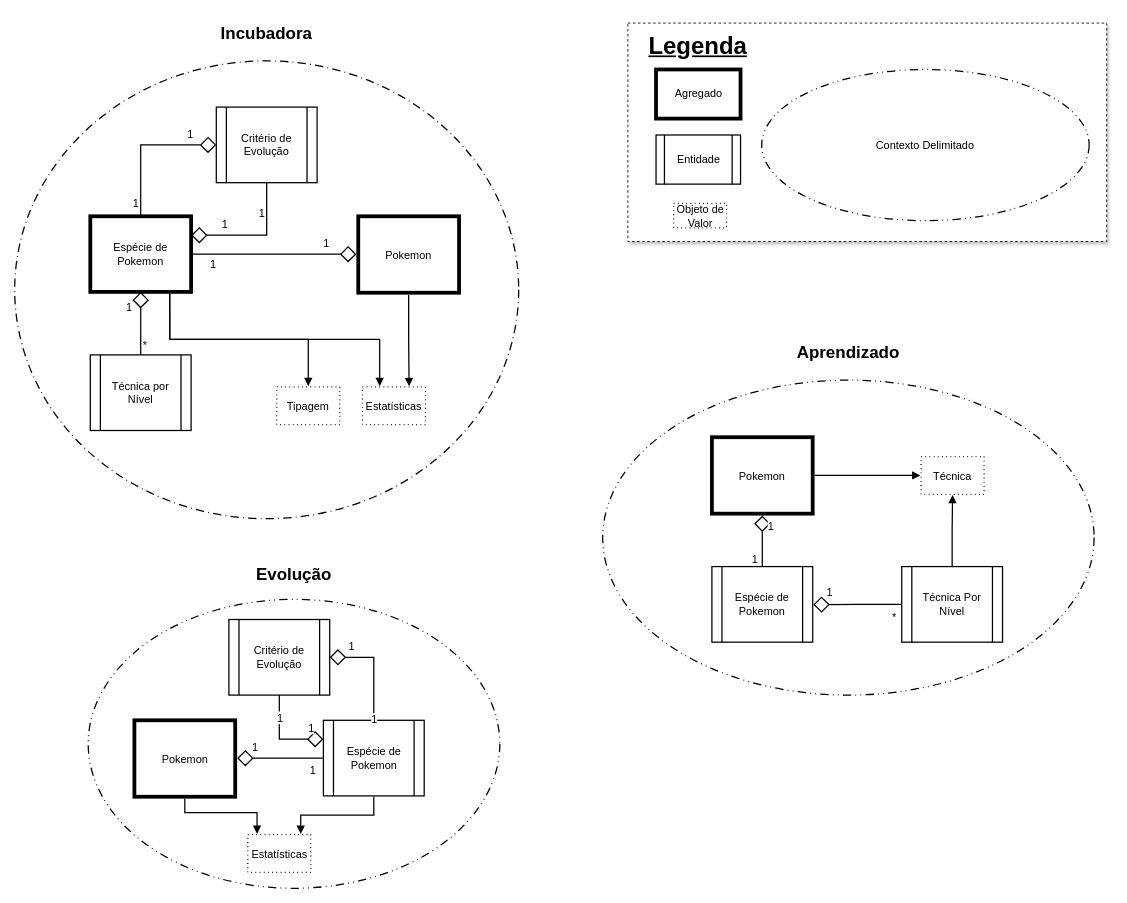
Above: page "Contextos" (1 of 4) of diagrams/DDD.drawio in RicardoDMelo/CloudPokeSystem (draw.io), before the change. Source tidied: cells renumbered, new cells numbered last; positions are measured from the earlier drawing's top-left corner, leaving out a move shared by most shapes. Both pictures are drawn from the tidied source at 84%, with x=0, y=0 at pixel (14, 14).
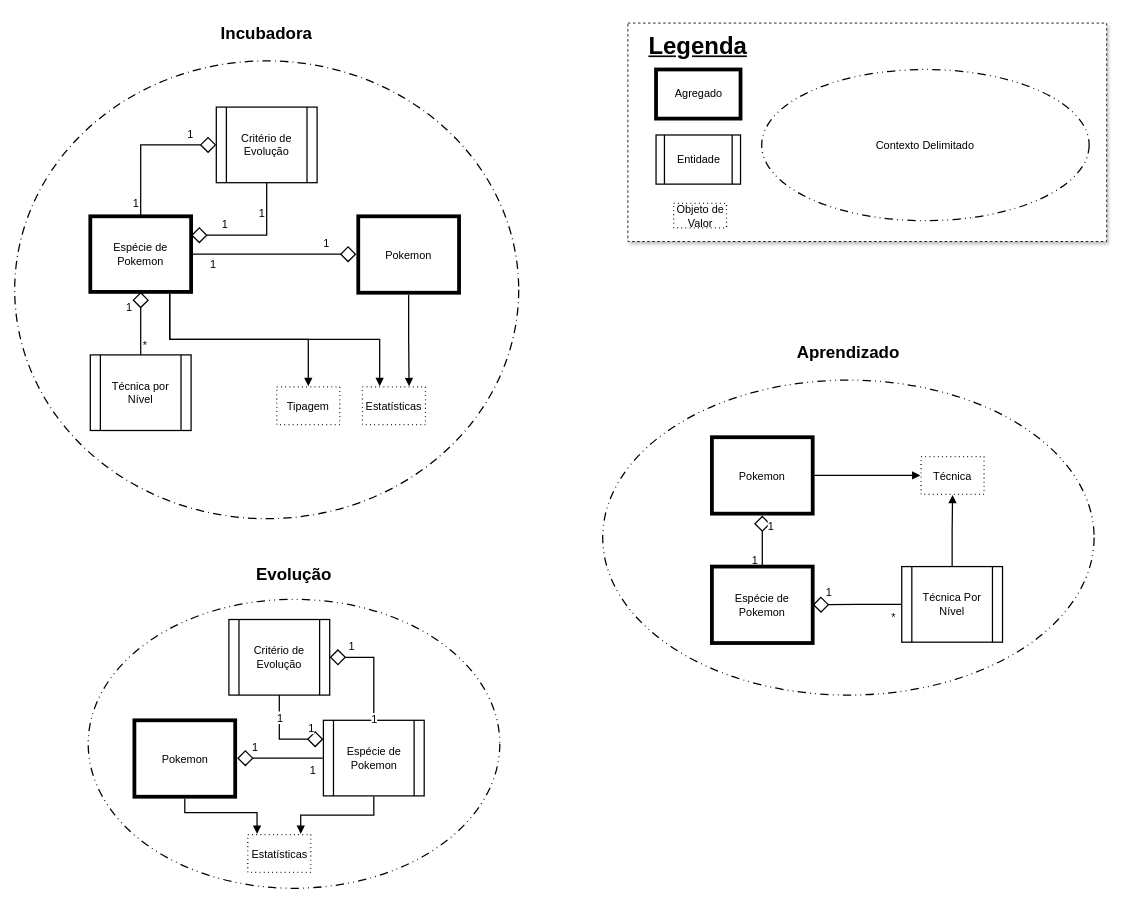
The same diagram, later.

Unchanged cells that the change refers to:
```xml
<mxCell id="11" value="Pokemon" style="html=1;overflow=block;blockSpacing=1;align=center;whiteSpace=wrap;fontSize=13;fontColor=default;spacing=0;strokeOpacity=100;strokeWidth=4.5;" parent="1" vertex="1">
  <mxGeometry x="830" y="503" width="120" height="91" as="geometry" />
</mxCell>
<mxCell id="41" value="Técnica Por Nível" style="html=1;overflow=block;blockSpacing=1;whiteSpace=wrap;shape=process;fontSize=13;fontColor=default;spacing=0;strokeOpacity=100;fillOpacity=100;fillColor=#ffffff;strokeWidth=1.5;" parent="1" vertex="1">
  <mxGeometry x="1056" y="657" width="120" height="90" as="geometry" />
</mxCell>
```

The edit, as a diff of the source:
```diff
@@
-    <mxCell id="12" style="html=1;jettySize=18;whiteSpace=wrap;fontSize=13;strokeOpacity=100;strokeWidth=1.5;rounded=1;arcSize=0;edgeStyle=orthogonalEdgeStyle;startArrow=none;endArrow=diamond;endFill=0;endSize=16;exitX=0.5;exitY=-0.008;exitPerimeter=0;entryX=0.5;entryY=1.025;entryPerimeter=0;" parent="1" edge="1" source="34" target="11">
+    <mxCell id="12" style="html=1;jettySize=18;whiteSpace=wrap;fontSize=13;strokeOpacity=100;strokeWidth=1.5;rounded=1;arcSize=0;edgeStyle=orthogonalEdgeStyle;startArrow=none;endArrow=diamond;endFill=0;endSize=16;exitX=0.5;exitY=0;entryX=0.5;entryY=1.025;entryPerimeter=0;exitDx=0;exitDy=0;" parent="1" edge="1" source="34" target="11">
       <mxGeometry relative="1" as="geometry" />
     </mxCell>
@@
-    <mxCell id="34" value="Espécie de Pokemon" style="html=1;overflow=block;blockSpacing=1;whiteSpace=wrap;shape=process;fontSize=13;fontColor=default;spacing=0;strokeOpacity=100;fillOpacity=100;fillColor=#ffffff;strokeWidth=1.5;" parent="1" vertex="1">
-      <mxGeometry x="830" y="657" width="120" height="90" as="geometry" />
-    </mxCell>
-    <mxCell id="35" style="html=1;jettySize=18;whiteSpace=wrap;fontSize=13;strokeOpacity=100;strokeWidth=1.5;rounded=1;arcSize=0;edgeStyle=orthogonalEdgeStyle;startArrow=none;endArrow=diamond;endFill=0;endSize=16;exitX=-0.006;exitY=0.5;exitPerimeter=0;entryX=1.006;entryY=0.504;entryPerimeter=0;" parent="1" edge="1" source="41" target="34">
+    <mxCell id="35" style="html=1;jettySize=18;whiteSpace=wrap;fontSize=13;strokeOpacity=100;strokeWidth=1.5;rounded=1;arcSize=0;edgeStyle=orthogonalEdgeStyle;startArrow=none;endArrow=diamond;endFill=0;endSize=16;exitX=-0.006;exitY=0.5;exitPerimeter=0;entryX=1;entryY=0.5;entryDx=0;entryDy=0;" parent="1" edge="1" source="41" target="34">
       <mxGeometry relative="1" as="geometry" />
     </mxCell>
@@
+    <mxCell id="34" value="Espécie de Pokemon" style="html=1;overflow=block;blockSpacing=1;align=center;whiteSpace=wrap;fontSize=13;fontColor=default;spacing=0;strokeOpacity=100;strokeWidth=4.5;" parent="1" vertex="1">
+      <mxGeometry x="830" y="657" width="120" height="91" as="geometry" />
+    </mxCell>
```
